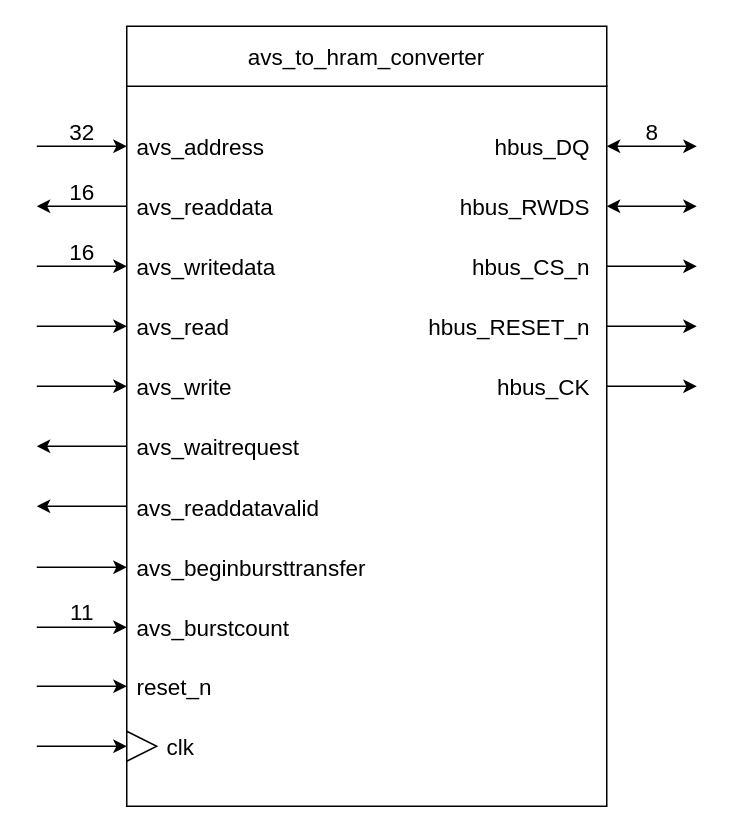
AndreaBononi/Intel_Cyclone10LP_systems keeps this draw.io diagram as page "OUTLINE" (1 of 9) of hyperram_system/ip/avs_to_hram_converter/schematics/avs_to_hram_converter.drawio. Above is the earlier version. Source tidied: cells renumbered, new cells numbered last; positions are measured from the earlier drawing's top-left corner, leaving out a move shared by most shapes. Both pictures are drawn from the tidied source at 150%, with x=0, y=0 at pixel (36, 26).
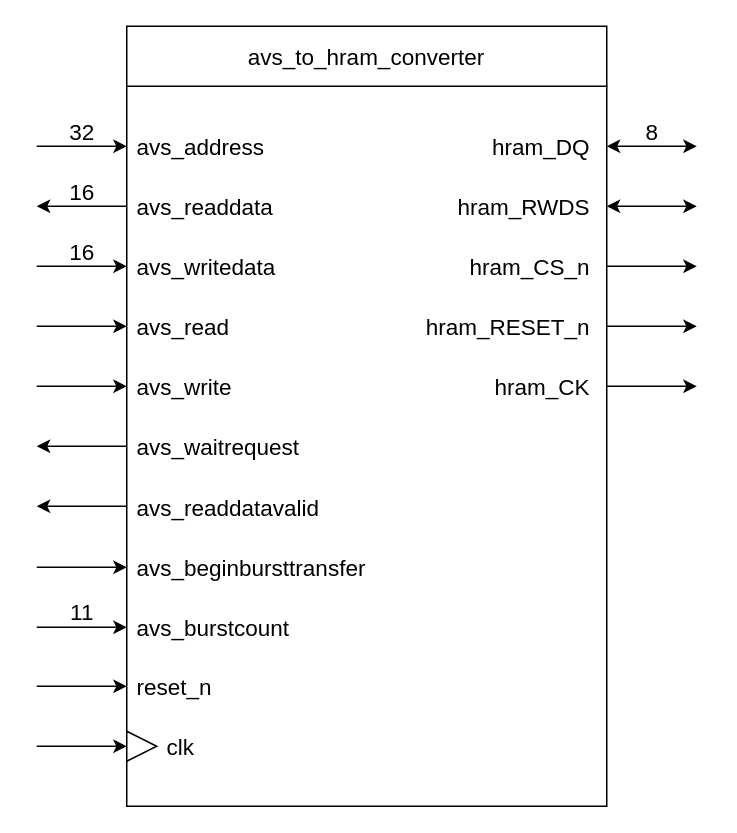
Above is the later version.

Change to the diagram source:
```diff
@@
-    <mxCell id="3" value="hbus_DQ" style="text;html=1;align=right;verticalAlign=middle;strokeColor=none;fillColor=none;fontSize=15;" parent="1" vertex="1">
+    <mxCell id="3" value="hram_DQ" style="text;html=1;align=right;verticalAlign=middle;strokeColor=none;fillColor=none;fontSize=15;" parent="1" vertex="1">
       <mxGeometry x="280" y="65" width="90" height="30" as="geometry" />
     </mxCell>
-    <mxCell id="4" value="hbus_CS_n" style="text;html=1;align=right;verticalAlign=middle;strokeColor=none;fillColor=none;fontSize=15;" parent="1" vertex="1">
+    <mxCell id="4" value="hram_CS_n" style="text;html=1;align=right;verticalAlign=middle;strokeColor=none;fillColor=none;fontSize=15;" parent="1" vertex="1">
       <mxGeometry x="270" y="145" width="100" height="30" as="geometry" />
     </mxCell>
-    <mxCell id="5" value="hbus_CK" style="text;html=1;align=right;verticalAlign=middle;strokeColor=none;fillColor=none;fontSize=15;" parent="1" vertex="1">
+    <mxCell id="5" value="hram_CK" style="text;html=1;align=right;verticalAlign=middle;strokeColor=none;fillColor=none;fontSize=15;" parent="1" vertex="1">
       <mxGeometry x="280" y="225" width="90" height="30" as="geometry" />
     </mxCell>
-    <mxCell id="6" value="&lt;div&gt;hbus_RESET_n&lt;/div&gt;" style="text;html=1;align=right;verticalAlign=middle;strokeColor=none;fillColor=none;fontSize=15;" parent="1" vertex="1">
+    <mxCell id="6" value="&lt;div&gt;hram_RESET_n&lt;/div&gt;" style="text;html=1;align=right;verticalAlign=middle;strokeColor=none;fillColor=none;fontSize=15;" parent="1" vertex="1">
       <mxGeometry x="240" y="185" width="130" height="30" as="geometry" />
     </mxCell>
-    <mxCell id="7" value="&lt;div&gt;hbus_RWDS&lt;/div&gt;" style="text;html=1;align=right;verticalAlign=middle;strokeColor=none;fillColor=none;fontSize=15;" parent="1" vertex="1">
+    <mxCell id="7" value="&lt;div&gt;hram_RWDS&lt;/div&gt;" style="text;html=1;align=right;verticalAlign=middle;strokeColor=none;fillColor=none;fontSize=15;" parent="1" vertex="1">
       <mxGeometry x="260" y="105" width="110" height="30" as="geometry" />
     </mxCell>
```
